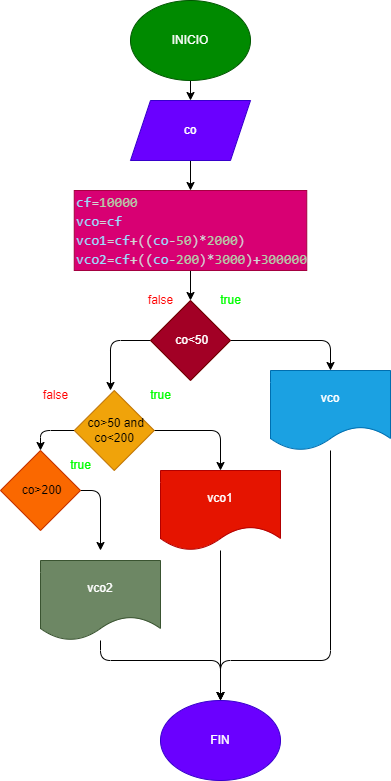
Above: ejercicio5/diagrama.png in lisethcorrea/taller_condicionales_ejercicios (draw.io), before the change. Source tidied: cells renumbered, new cells last; positions are measured from the earlier drawing's top-left corner, leaving out a move shared by most shapes.
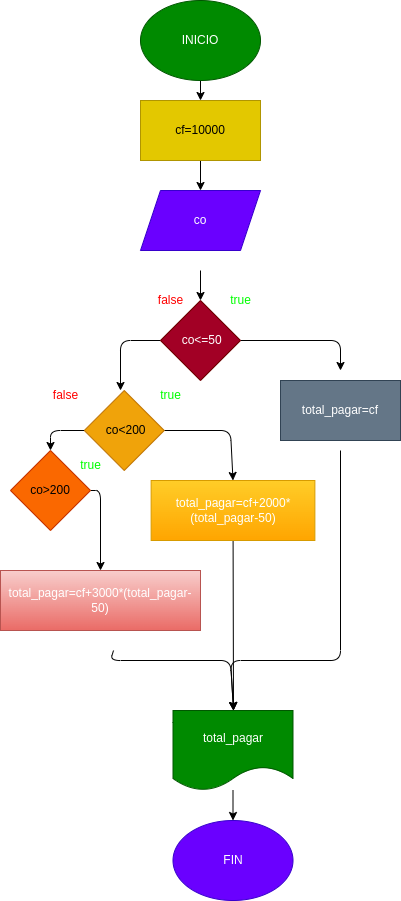
The same diagram one commit later.

Commit message:
modifico el programa del ejercicio5 y el diagrama tambien del ejercicio6 y se agregaron

What changed in the source:
```diff
@@ -2,26 +2,28 @@
   <root>
     <mxCell id="0" />
     <mxCell id="1" parent="0" />
-    <mxCell id="2" style="edgeStyle=none;html=1;" parent="1" edge="1" source="3" target="5">
-      <mxGeometry relative="1" as="geometry" />
-    </mxCell>
+    <mxCell id="28" style="edgeStyle=none;html=1;" parent="1" edge="1" source="3" target="31">
+      <mxGeometry relative="1" as="geometry" />
+    </mxCell>
     <mxCell id="3" value="INICIO" style="ellipse;whiteSpace=wrap;html=1;fillColor=#008a00;fontColor=#ffffff;strokeColor=#005700;" parent="1" vertex="1">
       <mxGeometry x="130" width="120" height="80" as="geometry" />
     </mxCell>
-    <mxCell id="4" style="edgeStyle=none;html=1;" parent="1" edge="1" source="5" target="7">
-      <mxGeometry relative="1" as="geometry" />
+    <mxCell id="4" style="edgeStyle=none;html=1;" parent="1" edge="1" source="5">
+      <mxGeometry relative="1" as="geometry">
+        <mxPoint x="190" y="190" as="targetPoint" />
+      </mxGeometry>
     </mxCell>
     <mxCell id="5" value="co" style="shape=parallelogram;perimeter=parallelogramPerimeter;whiteSpace=wrap;html=1;fixedSize=1;fillColor=#6a00ff;fontColor=#ffffff;strokeColor=#3700CC;" parent="1" vertex="1">
-      <mxGeometry x="130" y="100" width="120" height="60" as="geometry" />
+      <mxGeometry x="130" y="190" width="120" height="60" as="geometry" />
     </mxCell>
-    <mxCell id="6" style="edgeStyle=none;html=1;" parent="1" edge="1" source="7" target="10">
-      <mxGeometry relative="1" as="geometry" />
+    <mxCell id="6" style="edgeStyle=none;html=1;" parent="1" edge="1" target="10">
+      <mxGeometry relative="1" as="geometry">
+        <mxPoint x="190" y="270" as="sourcePoint" />
+      </mxGeometry>
     </mxCell>
-    <mxCell id="7" value="&lt;div style=&quot;color: rgb(212, 212, 212); font-family: Consolas, &amp;quot;Courier New&amp;quot;, monospace; font-size: 14px; line-height: 19px;&quot;&gt;&lt;div style=&quot;text-align: justify;&quot;&gt;&lt;span style=&quot;color: rgb(156, 220, 254);&quot;&gt;cf&lt;/span&gt;=&lt;span style=&quot;color: rgb(181, 206, 168);&quot;&gt;10000&lt;/span&gt;&lt;/div&gt;&lt;div style=&quot;text-align: justify;&quot;&gt;&lt;span style=&quot;color: #9cdcfe;&quot;&gt;vco&lt;/span&gt;=&lt;span style=&quot;color: #9cdcfe;&quot;&gt;cf&lt;/span&gt;&lt;/div&gt;&lt;div style=&quot;text-align: justify;&quot;&gt;&lt;span style=&quot;color: #9cdcfe;&quot;&gt;vco1&lt;/span&gt;=&lt;span style=&quot;color: #9cdcfe;&quot;&gt;cf&lt;/span&gt;+((&lt;span style=&quot;color: #9cdcfe;&quot;&gt;co&lt;/span&gt;-&lt;span style=&quot;color: #b5cea8;&quot;&gt;50&lt;/span&gt;)*&lt;span style=&quot;color: #b5cea8;&quot;&gt;2000&lt;/span&gt;)&lt;/div&gt;&lt;div style=&quot;text-align: justify;&quot;&gt;&lt;span style=&quot;color: rgb(156, 220, 254);&quot;&gt;vco2&lt;/span&gt;=&lt;span style=&quot;color: rgb(156, 220, 254);&quot;&gt;cf&lt;/span&gt;+((&lt;span style=&quot;color: rgb(156, 220, 254);&quot;&gt;co&lt;/span&gt;-&lt;span style=&quot;color: rgb(181, 206, 168);&quot;&gt;200&lt;/span&gt;)*&lt;span style=&quot;color: rgb(181, 206, 168);&quot;&gt;3000&lt;/span&gt;)+&lt;span style=&quot;color: rgb(181, 206, 168);&quot;&gt;300000&lt;/span&gt;&lt;/div&gt;&lt;/div&gt;" style="whiteSpace=wrap;html=1;align=left;fillColor=#d80073;fontColor=#ffffff;strokeColor=#A50040;" parent="1" vertex="1">
-      <mxGeometry x="73.8" y="190" width="232.5" height="80" as="geometry" />
-    </mxCell>
-    <mxCell id="8" style="edgeStyle=none;html=1;" parent="1" edge="1" source="10" target="12">
+    <mxCell id="8" style="edgeStyle=none;html=1;" parent="1" edge="1" source="10">
       <mxGeometry relative="1" as="geometry">
+        <mxPoint x="330" y="370" as="targetPoint" />
         <Array as="points">
           <mxPoint x="330" y="340" />
         </Array>
@@ -35,21 +37,20 @@
         </Array>
       </mxGeometry>
     </mxCell>
-    <mxCell id="10" value="&amp;nbsp;co&amp;lt;50" style="rhombus;whiteSpace=wrap;html=1;align=center;fillColor=#a20025;fontColor=#ffffff;strokeColor=#6F0000;" parent="1" vertex="1">
+    <mxCell id="10" value="&amp;nbsp;co&amp;lt;=50" style="rhombus;whiteSpace=wrap;html=1;align=center;fillColor=#a20025;fontColor=#ffffff;strokeColor=#6F0000;" parent="1" vertex="1">
       <mxGeometry x="150" y="300" width="80" height="80" as="geometry" />
     </mxCell>
-    <mxCell id="11" style="edgeStyle=none;html=1;entryX=0.5;entryY=0;entryDx=0;entryDy=0;" parent="1" edge="1" source="12" target="27">
+    <mxCell id="11" style="edgeStyle=none;html=1;" parent="1" edge="1">
       <mxGeometry relative="1" as="geometry">
+        <mxPoint x="330" y="450" as="sourcePoint" />
+        <mxPoint x="223" y="710" as="targetPoint" />
         <Array as="points">
           <mxPoint x="330" y="660" />
           <mxPoint x="220" y="660" />
         </Array>
       </mxGeometry>
     </mxCell>
-    <mxCell id="12" value="vco" style="shape=document;whiteSpace=wrap;html=1;boundedLbl=1;fillColor=#1ba1e2;fontColor=#ffffff;strokeColor=#006EAF;" parent="1" vertex="1">
-      <mxGeometry x="270" y="370" width="120" height="80" as="geometry" />
-    </mxCell>
-    <mxCell id="13" style="edgeStyle=none;html=1;entryX=0.5;entryY=0;entryDx=0;entryDy=0;" parent="1" edge="1" source="15" target="19">
+    <mxCell id="13" style="edgeStyle=none;html=1;entryX=0.5;entryY=0;entryDx=0;entryDy=0;" parent="1" edge="1" source="15" target="35">
       <mxGeometry relative="1" as="geometry">
         <Array as="points">
           <mxPoint x="220" y="430" />
@@ -63,35 +64,33 @@
         </Array>
       </mxGeometry>
     </mxCell>
-    <mxCell id="15" value="&amp;nbsp;co&amp;gt;50 and co&amp;lt;200" style="rhombus;whiteSpace=wrap;html=1;align=center;fillColor=#f0a30a;fontColor=#000000;strokeColor=#BD7000;" parent="1" vertex="1">
+    <mxCell id="15" value="&amp;nbsp;co&amp;lt;200" style="rhombus;whiteSpace=wrap;html=1;align=center;fillColor=#f0a30a;fontColor=#000000;strokeColor=#BD7000;" parent="1" vertex="1">
       <mxGeometry x="73.8" y="390" width="80" height="80" as="geometry" />
     </mxCell>
-    <mxCell id="16" style="edgeStyle=none;html=1;entryX=0.5;entryY=0;entryDx=0;entryDy=0;" parent="1" edge="1" source="17" target="27">
+    <mxCell id="16" style="edgeStyle=none;html=1;" parent="1" edge="1">
       <mxGeometry relative="1" as="geometry">
+        <mxPoint x="103" y="650" as="sourcePoint" />
+        <mxPoint x="223" y="710" as="targetPoint" />
         <Array as="points">
           <mxPoint x="100" y="660" />
           <mxPoint x="220" y="660" />
         </Array>
       </mxGeometry>
     </mxCell>
-    <mxCell id="17" value="vco2" style="shape=document;whiteSpace=wrap;html=1;boundedLbl=1;fillColor=#6d8764;fontColor=#ffffff;strokeColor=#3A5431;" parent="1" vertex="1">
-      <mxGeometry x="40" y="560" width="120" height="80" as="geometry" />
-    </mxCell>
-    <mxCell id="18" style="edgeStyle=none;html=1;entryX=0.5;entryY=0;entryDx=0;entryDy=0;" parent="1" edge="1" source="19" target="27">
-      <mxGeometry relative="1" as="geometry" />
+    <mxCell id="18" style="edgeStyle=none;html=1;" parent="1" edge="1">
+      <mxGeometry relative="1" as="geometry">
+        <mxPoint x="222.6" y="540" as="sourcePoint" />
+        <mxPoint x="223" y="710" as="targetPoint" />
+      </mxGeometry>
     </mxCell>
-    <mxCell id="19" value="vco1" style="shape=document;whiteSpace=wrap;html=1;boundedLbl=1;fillColor=#e51400;fontColor=#ffffff;strokeColor=#B20000;" parent="1" vertex="1">
-      <mxGeometry x="160" y="470" width="120" height="80" as="geometry" />
-    </mxCell>
-    <mxCell id="20" style="edgeStyle=none;html=1;" parent="1" edge="1" source="21">
-      <mxGeometry relative="1" as="geometry">
-        <mxPoint x="100" y="550" as="targetPoint" />
-        <Array as="points">
-          <mxPoint x="100" y="490" />
-        </Array>
-      </mxGeometry>
-    </mxCell>
+    <mxCell id="29" style="edgeStyle=none;html=1;entryX=0.5;entryY=0;entryDx=0;entryDy=0;" parent="1" edge="1" source="21" target="36">
+      <mxGeometry relative="1" as="geometry">
+        <Array as="points">
+          <mxPoint x="90" y="490" />
+        </Array>
+      </mxGeometry>
+    </mxCell>
-    <mxCell id="21" value="&amp;nbsp;co&amp;gt;200" style="rhombus;whiteSpace=wrap;html=1;align=center;fillColor=#fa6800;fontColor=#000000;strokeColor=#C73500;" parent="1" vertex="1">
+    <mxCell id="21" value="co&amp;gt;200" style="rhombus;whiteSpace=wrap;html=1;align=center;fillColor=#fa6800;fontColor=#000000;strokeColor=#C73500;" parent="1" vertex="1">
       <mxGeometry y="450" width="80" height="80" as="geometry" />
     </mxCell>
     <mxCell id="22" value="&lt;font color=&quot;#00ff00&quot;&gt;true&lt;/font&gt;" style="text;html=1;align=center;verticalAlign=middle;strokeColor=none;fillColor=none;" parent="1" vertex="1">
@@ -110,7 +109,28 @@
       <mxGeometry x="60" y="450" width="40" height="30" as="geometry" />
     </mxCell>
     <mxCell id="27" value="FIN" style="ellipse;whiteSpace=wrap;html=1;fillColor=#6a00ff;fontColor=#ffffff;strokeColor=#3700CC;" parent="1" vertex="1">
-      <mxGeometry x="160" y="700" width="120" height="80" as="geometry" />
+      <mxGeometry x="162.5" y="820" width="120" height="80" as="geometry" />
     </mxCell>
+    <mxCell id="30" style="edgeStyle=none;html=1;" parent="1" edge="1" source="31" target="5">
+      <mxGeometry relative="1" as="geometry" />
+    </mxCell>
+    <mxCell id="31" value="cf=10000" style="rounded=0;whiteSpace=wrap;html=1;fillColor=#e3c800;fontColor=#000000;strokeColor=#B09500;" parent="1" vertex="1">
+      <mxGeometry x="130" y="100" width="120" height="60" as="geometry" />
+    </mxCell>
+    <mxCell id="32" value="total_pagar=cf" style="rounded=0;whiteSpace=wrap;html=1;fillColor=#647687;fontColor=#ffffff;strokeColor=#314354;" parent="1" vertex="1">
+      <mxGeometry x="270" y="380" width="120" height="60" as="geometry" />
+    </mxCell>
+    <mxCell id="33" style="edgeStyle=none;html=1;" parent="1" edge="1" source="34" target="27">
+      <mxGeometry relative="1" as="geometry" />
+    </mxCell>
+    <mxCell id="34" value="total_pagar" style="shape=document;whiteSpace=wrap;html=1;boundedLbl=1;fillColor=#008a00;fontColor=#ffffff;strokeColor=#005700;" parent="1" vertex="1">
+      <mxGeometry x="162.5" y="710" width="120" height="80" as="geometry" />
+    </mxCell>
+    <mxCell id="35" value="&lt;span style=&quot;color: rgb(255, 255, 255);&quot;&gt;total_pagar=cf+2000*(total_pagar-50)&lt;/span&gt;" style="rounded=0;whiteSpace=wrap;html=1;fillColor=#ffcd28;gradientColor=#ffa500;strokeColor=#d79b00;" parent="1" vertex="1">
+      <mxGeometry x="140.6" y="480" width="163.8" height="60" as="geometry" />
+    </mxCell>
+    <mxCell id="36" value="&lt;span style=&quot;color: rgb(255, 255, 255);&quot;&gt;total_pagar=cf+3000*(total_pagar-50)&lt;/span&gt;" style="rounded=0;whiteSpace=wrap;html=1;fillColor=#f8cecc;gradientColor=#ea6b66;strokeColor=#b85450;" parent="1" vertex="1">
+      <mxGeometry x="-10" y="570" width="200" height="60" as="geometry" />
+    </mxCell>
   </root>
 </mxGraphModel>
```
